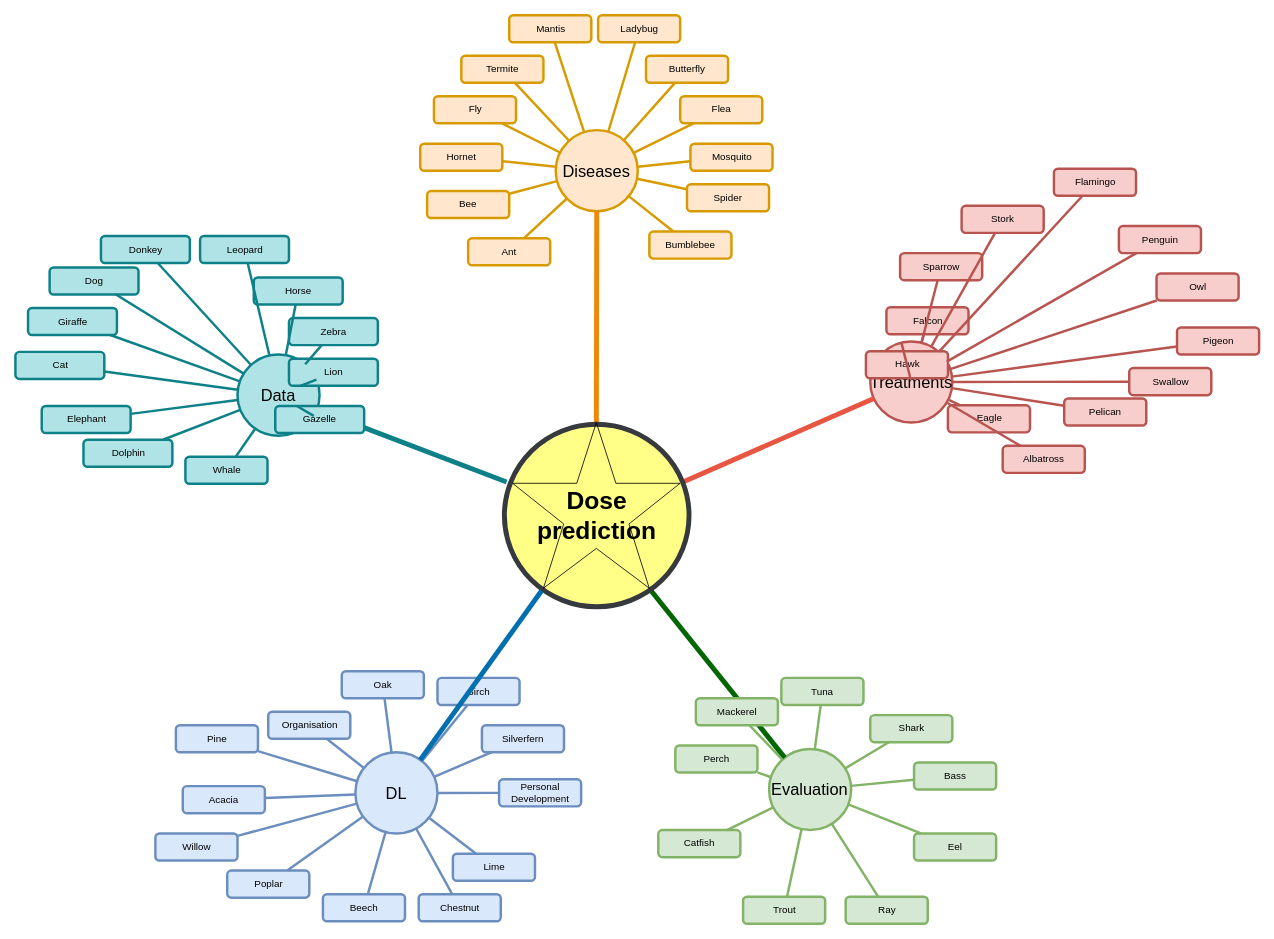
Earlier version of the draw.io diagram Fig_CS/source-file/mindmap.drawio (jizhang02/Figure-Factory). Source tidied: cells renumbered, new cells numbered last; positions are measured from the earlier drawing's top-left corner, leaving out a move shared by most shapes. Both pictures are drawn from the tidied source at 82%, with x=0, y=0 at pixel (15, 15).
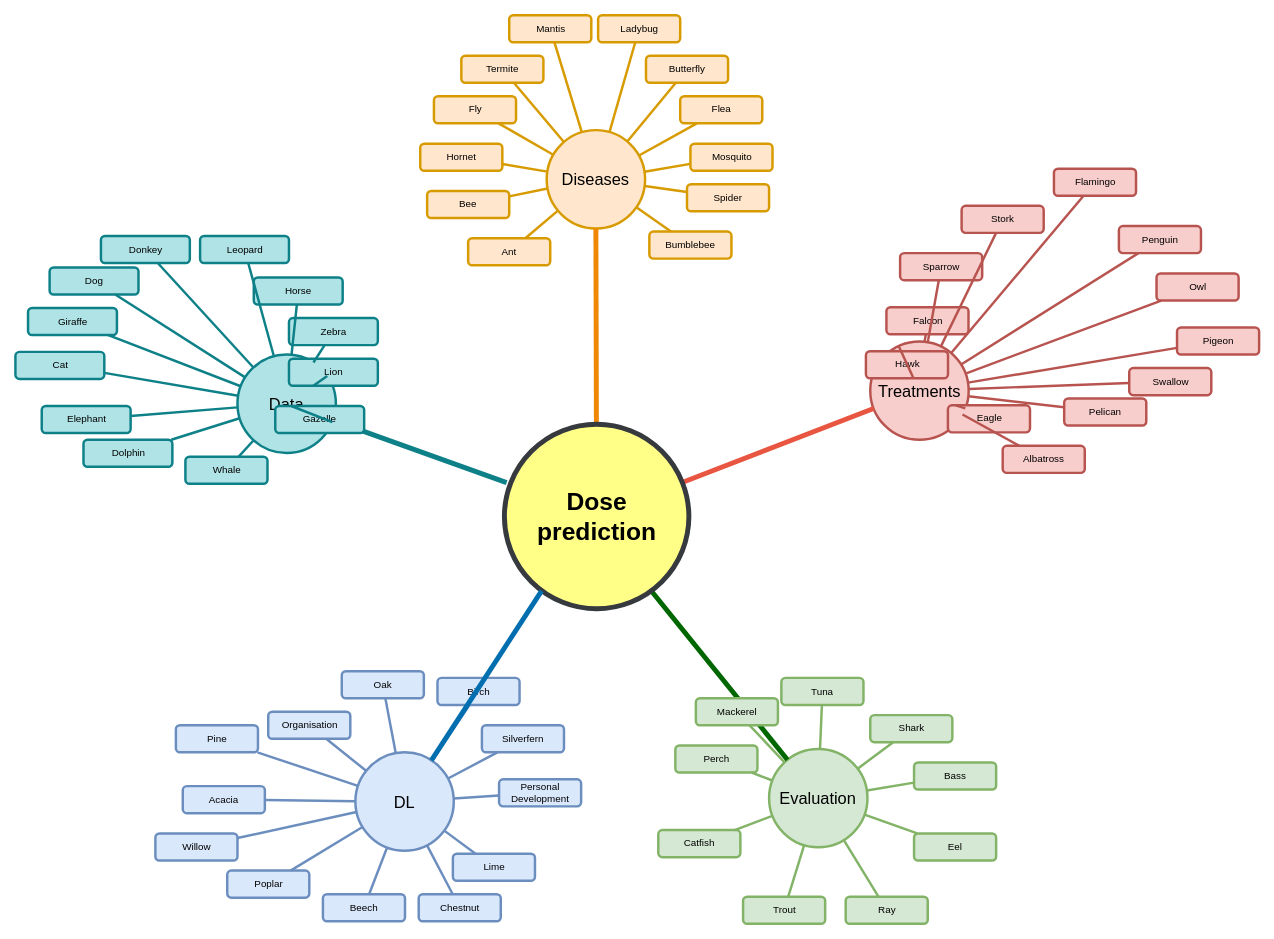
The same diagram, later.

The edit, as a diff of the source:
```diff
@@
     <mxCell id="2" value="Data" style="ellipse;whiteSpace=wrap;html=1;shadow=0;fontFamily=Helvetica;fontSize=20;align=center;strokeWidth=3;fillColor=#b0e3e6;strokeColor=#0e8088;" parent="1" vertex="1">
-      <mxGeometry x="271.1" y="413.9" width="100.1" height="98.9" as="geometry" />
+      <mxGeometry x="271.1" y="413.9" width="120" height="120" as="geometry" />
     </mxCell>
     <mxCell id="3" value="Diseases" style="ellipse;whiteSpace=wrap;html=1;shadow=0;fontFamily=Helvetica;fontSize=20;align=center;strokeWidth=3;fillColor=#ffe6cc;strokeColor=#d79b00;" parent="1" vertex="1">
-      <mxGeometry x="659.2" y="140.2" width="100.1" height="98.9" as="geometry" />
+      <mxGeometry x="648.2" y="140.2" width="120" height="120" as="geometry" />
     </mxCell>
     <mxCell id="4" value="Treatments" style="ellipse;whiteSpace=wrap;html=1;shadow=0;fontFamily=Helvetica;fontSize=20;align=center;strokeWidth=3;fillColor=#f8cecc;strokeColor=#b85450;" parent="1" vertex="1">
-      <mxGeometry x="1042.8" y="397.9" width="100.1" height="98.9" as="geometry" />
+      <mxGeometry x="1042.8" y="397.9" width="120" height="120" as="geometry" />
     </mxCell>
     <mxCell id="5" value="Evaluation" style="ellipse;whiteSpace=wrap;html=1;shadow=0;fontFamily=Helvetica;fontSize=20;align=center;strokeWidth=3;fillColor=#d5e8d4;strokeColor=#82b366;" parent="1" vertex="1">
-      <mxGeometry x="919.4" y="894.8" width="100.1" height="98.9" as="geometry" />
+      <mxGeometry x="919.4" y="894.8" width="120" height="120" as="geometry" />
     </mxCell>
@@
-    <mxCell id="9" style="endArrow=none;strokeWidth=6;strokeColor=#f08705;html=1;exitX=0.5;exitY=0;exitDx=0;exitDy=0;exitPerimeter=0;" parent="1" edge="1" source="128" target="3">
-      <mxGeometry relative="1" as="geometry" />
+    <mxCell id="9" style="endArrow=none;strokeWidth=6;strokeColor=#f08705;html=1;exitX=0.5;exitY=0;exitDx=0;exitDy=0;exitPerimeter=0;" parent="1" edge="1" target="3">
+      <mxGeometry relative="1" as="geometry">
+        <mxPoint x="708.8" y="496.8" as="sourcePoint" />
+      </mxGeometry>
     </mxCell>
-    <mxCell id="10" style="endArrow=none;strokeWidth=6;strokeColor=#E85642;html=1;exitX=1;exitY=0.367;exitDx=0;exitDy=0;exitPerimeter=0;" parent="1" edge="1" source="128" target="4">
-      <mxGeometry relative="1" as="geometry" />
+    <mxCell id="10" style="endArrow=none;strokeWidth=6;strokeColor=#E85642;html=1;exitX=1;exitY=0.367;exitDx=0;exitDy=0;exitPerimeter=0;" parent="1" edge="1" target="4">
+      <mxGeometry relative="1" as="geometry">
+        <mxPoint x="811" y="570.9" as="sourcePoint" />
+      </mxGeometry>
     </mxCell>
-    <mxCell id="11" style="endArrow=none;strokeWidth=6;strokeColor=#006600;html=1;fillColor=#cdeb8b;exitX=0.815;exitY=1;exitDx=0;exitDy=0;exitPerimeter=0;" parent="1" edge="1" source="128" target="5">
-      <mxGeometry relative="1" as="geometry" />
+    <mxCell id="11" style="endArrow=none;strokeWidth=6;strokeColor=#006600;html=1;fillColor=#cdeb8b;exitX=0.815;exitY=1;exitDx=0;exitDy=0;exitPerimeter=0;" parent="1" edge="1" target="5">
+      <mxGeometry relative="1" as="geometry">
+        <mxPoint x="773.2" y="698.8" as="sourcePoint" />
+      </mxGeometry>
     </mxCell>
@@
     <mxCell id="100" value="Dose prediction" style="ellipse;whiteSpace=wrap;html=1;shadow=0;fontFamily=Helvetica;fontSize=30;align=center;strokeColor=#36393d;strokeWidth=6;fillColor=#ffff88;fontStyle=1;" parent="1" vertex="1">
-      <mxGeometry x="596.6" y="498.9" width="225.2" height="222.6" as="geometry" />
+      <mxGeometry x="596.6" y="498.9" width="225" height="225" as="geometry" />
     </mxCell>
     <mxCell id="101" value="DL" style="ellipse;whiteSpace=wrap;html=1;shadow=0;fontFamily=Helvetica;fontSize=20;align=center;strokeWidth=3;fillColor=#dae8fc;strokeColor=#6c8ebf;" parent="1" vertex="1">
-      <mxGeometry x="414.9" y="899" width="100.1" height="98.9" as="geometry" />
+      <mxGeometry x="414.9" y="899" width="120" height="120" as="geometry" />
     </mxCell>
@@
-    <mxCell id="128" style="verticalLabelPosition=bottom;verticalAlign=top;html=1;shape=mxgraph.basic.star;fillColor=none;" parent="1" vertex="1">
-      <mxGeometry x="606.6" y="496.8" width="204.3" height="202" as="geometry" />
-    </mxCell>
```
